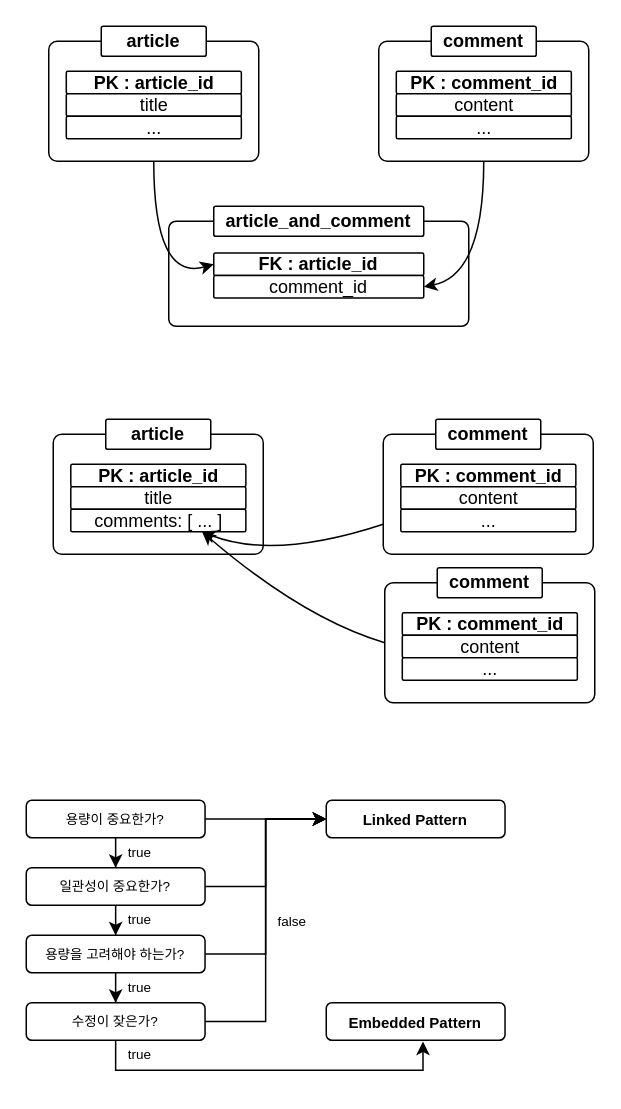
Earlier version of the draw.io diagram assets/draw.io/database-1.drawio (choewy/choewy.github.io). Source tidied: cells renumbered, new cells numbered last; positions are measured from the earlier drawing's top-left corner, leaving out a move shared by most shapes. Both pictures are drawn from the tidied source at 150%, with x=0, y=0 at pixel (26, 26).
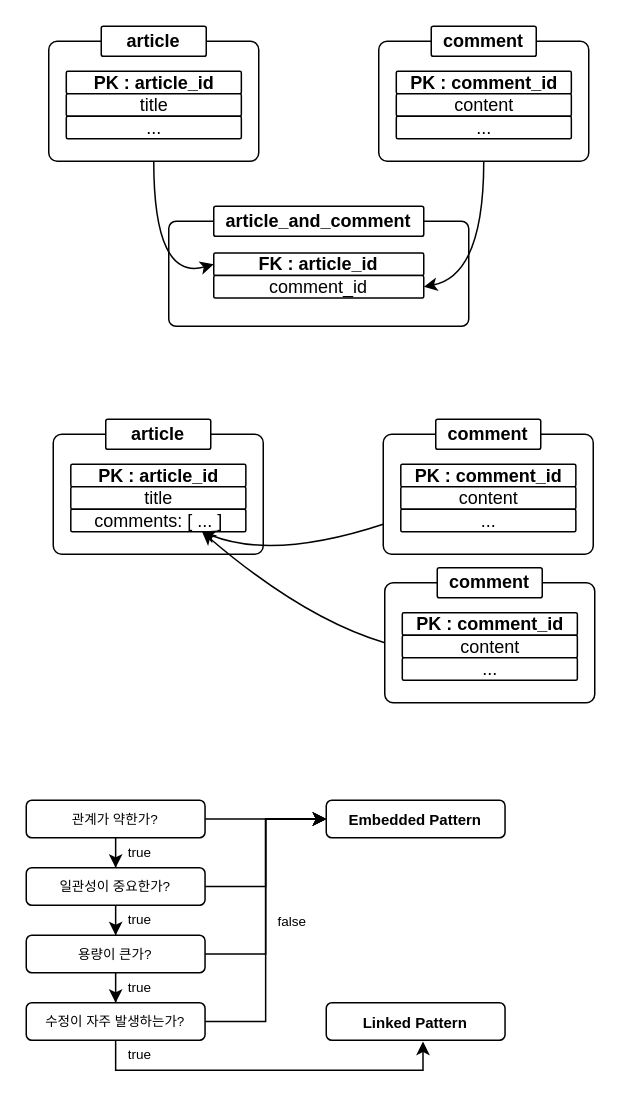
The same page after the edit.

Commit message (it also covers changes not shown here):
database : 1:N 패턴에서의 MongoDB 모델링

What changed in the source:
```diff
@@
-    <mxCell id="45" value="용량이 중요한가?" style="rounded=1;whiteSpace=wrap;html=1;fontSize=9;" parent="1" vertex="1">
+    <mxCell id="45" value="관계가 약한가?" style="rounded=1;whiteSpace=wrap;html=1;fontSize=9;" parent="1" vertex="1">
       <mxGeometry y="516" width="119.2" height="25" as="geometry" />
     </mxCell>
@@
-    <mxCell id="48" value="용량을 고려해야 하는가?" style="rounded=1;whiteSpace=wrap;html=1;fontSize=9;" parent="1" vertex="1">
+    <mxCell id="48" value="용량이 큰가?" style="rounded=1;whiteSpace=wrap;html=1;fontSize=9;" parent="1" vertex="1">
       <mxGeometry y="606" width="119.2" height="25" as="geometry" />
     </mxCell>
@@
-    <mxCell id="51" value="수정이 잦은가?" style="rounded=1;whiteSpace=wrap;html=1;fontSize=9;" parent="1" vertex="1">
+    <mxCell id="51" value="수정이 자주 발생하는가?" style="rounded=1;whiteSpace=wrap;html=1;fontSize=9;" parent="1" vertex="1">
       <mxGeometry y="651" width="119.2" height="25" as="geometry" />
     </mxCell>
-    <mxCell id="52" value="Linked Pattern" style="rounded=1;whiteSpace=wrap;html=1;fontSize=10;fontStyle=1;" parent="1" vertex="1">
+    <mxCell id="52" value="Embedded Pattern" style="rounded=1;whiteSpace=wrap;html=1;fontSize=10;fontStyle=1;" parent="1" vertex="1">
       <mxGeometry x="200" y="516" width="119.2" height="25" as="geometry" />
     </mxCell>
-    <mxCell id="53" value="Embedded Pattern" style="rounded=1;whiteSpace=wrap;html=1;fontSize=10;fontStyle=1;" parent="1" vertex="1">
+    <mxCell id="53" value="Linked Pattern" style="rounded=1;whiteSpace=wrap;html=1;fontSize=10;fontStyle=1;" parent="1" vertex="1">
       <mxGeometry x="200" y="651" width="119.2" height="25" as="geometry" />
     </mxCell>
```
